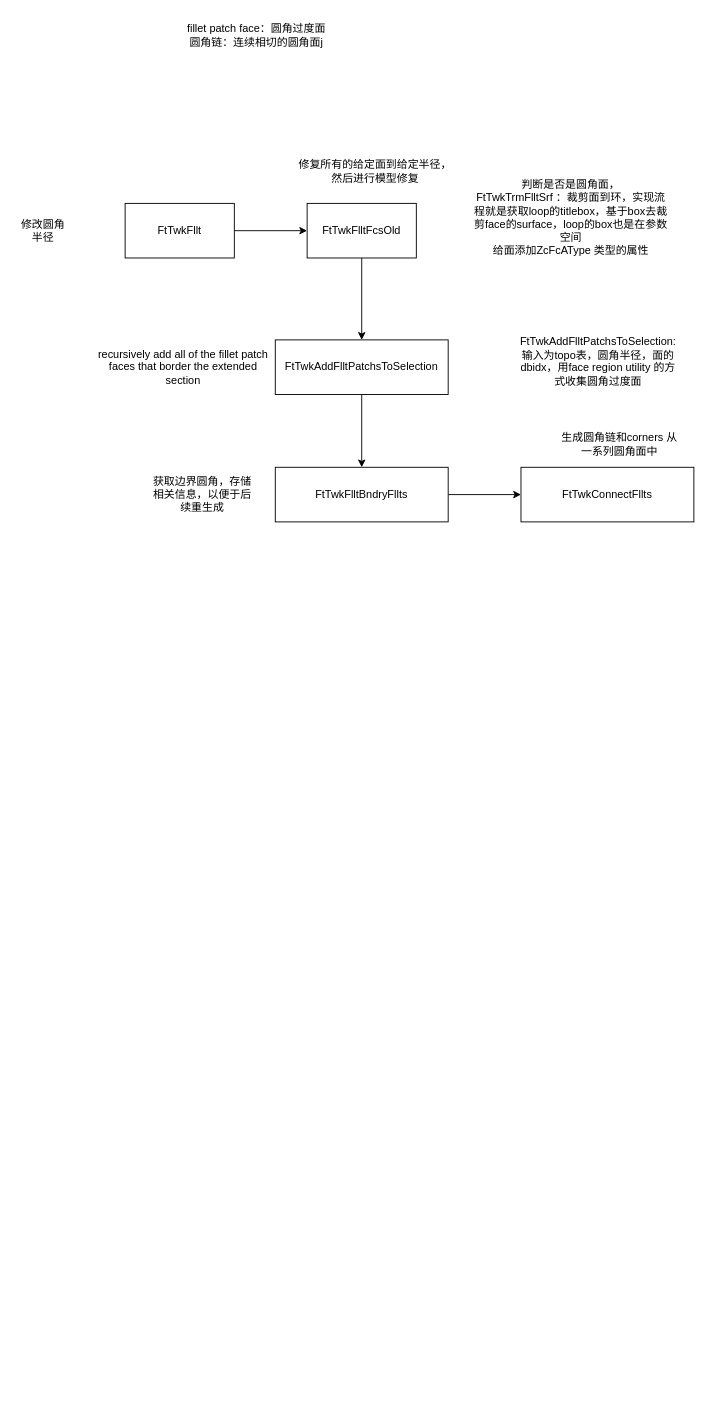
This is 绘图记录/圆角.drawio from studyrohan/BSpline_learn, a draw.io file, before an edit. Source tidied: cells renumbered, new cells numbered last; positions are measured from the earlier drawing's top-left corner, leaving out a move shared by most shapes. Both pictures are drawn from the tidied source at 91%, with x=0, y=0 at pixel (15, 21).
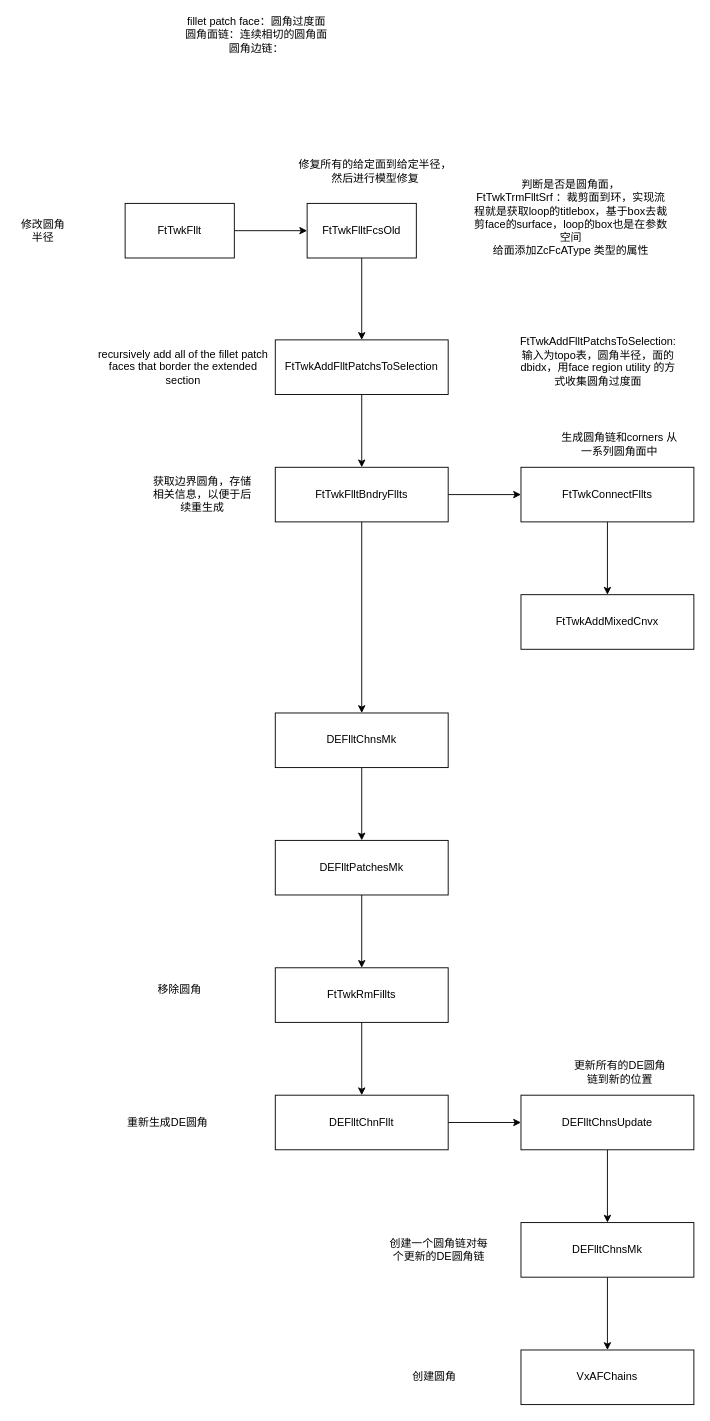
The same page after the edit.

The change refers to these unchanged cells:
```xml
<mxCell id="15" value="FtTwkFlltBndryFllts" style="rounded=0;whiteSpace=wrap;html=1;" parent="1" vertex="1">
  <mxGeometry x="285" y="490" width="190" height="60" as="geometry" />
</mxCell>
<mxCell id="17" value="FtTwkConnectFllts" style="rounded=0;whiteSpace=wrap;html=1;" parent="1" vertex="1">
  <mxGeometry x="555" y="490" width="190" height="60" as="geometry" />
</mxCell>
```

Change to the diagram source:
```diff
@@
-    <mxCell id="13" value="fillet patch face：圆角过度面&lt;div&gt;圆角链：连续相切的圆角面j&lt;/div&gt;" style="text;html=1;align=center;verticalAlign=middle;whiteSpace=wrap;rounded=0;" parent="1" vertex="1">
+    <mxCell id="13" value="fillet patch face：圆角过度面&lt;div&gt;圆角面链：连续相切的圆角面&lt;/div&gt;&lt;div&gt;圆角边链：&lt;/div&gt;" style="text;html=1;align=center;verticalAlign=middle;whiteSpace=wrap;rounded=0;" parent="1" vertex="1">
       <mxGeometry x="89" width="351" height="30" as="geometry" />
     </mxCell>
@@
+    <mxCell id="19" style="edgeStyle=orthogonalEdgeStyle;rounded=0;jettySize=auto;html=1;" parent="1" edge="1" source="15" target="23">
+      <mxGeometry relative="1" as="geometry" />
+    </mxCell>
@@
+    <mxCell id="20" style="edgeStyle=orthogonalEdgeStyle;rounded=0;jettySize=auto;html=1;" parent="1" edge="1" source="17" target="21">
+      <mxGeometry relative="1" as="geometry" />
+    </mxCell>
@@
+    <mxCell id="21" value="FtTwkAddMixedCnvx" style="rounded=0;whiteSpace=wrap;html=1;" parent="1" vertex="1">
+      <mxGeometry x="555" y="630" width="190" height="60" as="geometry" />
+    </mxCell>
+    <mxCell id="22" style="edgeStyle=orthogonalEdgeStyle;rounded=0;jettySize=auto;html=1;" parent="1" edge="1" source="23" target="25">
+      <mxGeometry relative="1" as="geometry" />
+    </mxCell>
+    <mxCell id="23" value="DEFlltChnsMk" style="rounded=0;whiteSpace=wrap;html=1;" parent="1" vertex="1">
+      <mxGeometry x="285" y="760" width="190" height="60" as="geometry" />
+    </mxCell>
+    <mxCell id="24" style="edgeStyle=orthogonalEdgeStyle;rounded=0;jettySize=auto;html=1;" parent="1" edge="1" source="25" target="27">
+      <mxGeometry relative="1" as="geometry" />
+    </mxCell>
+    <mxCell id="25" value="DEFlltPatchesMk" style="rounded=0;whiteSpace=wrap;html=1;" parent="1" vertex="1">
+      <mxGeometry x="285" y="900" width="190" height="60" as="geometry" />
+    </mxCell>
+    <mxCell id="26" style="edgeStyle=orthogonalEdgeStyle;rounded=0;jettySize=auto;html=1;" parent="1" edge="1" source="27" target="30">
+      <mxGeometry relative="1" as="geometry" />
+    </mxCell>
+    <mxCell id="27" value="FtTwkRmFillts" style="rounded=0;whiteSpace=wrap;html=1;" parent="1" vertex="1">
+      <mxGeometry x="285" y="1040" width="190" height="60" as="geometry" />
+    </mxCell>
+    <mxCell id="28" value="移除圆角" style="text;html=1;align=center;verticalAlign=middle;whiteSpace=wrap;rounded=0;" parent="1" vertex="1">
+      <mxGeometry x="150" y="1049" width="60" height="30" as="geometry" />
+    </mxCell>
+    <mxCell id="29" style="edgeStyle=orthogonalEdgeStyle;rounded=0;jettySize=auto;html=1;" parent="1" edge="1" source="30" target="33">
+      <mxGeometry relative="1" as="geometry" />
+    </mxCell>
+    <mxCell id="30" value="DEFlltChnFllt" style="rounded=0;whiteSpace=wrap;html=1;" parent="1" vertex="1">
+      <mxGeometry x="285" y="1180" width="190" height="60" as="geometry" />
+    </mxCell>
+    <mxCell id="31" value="重新生成DE圆角" style="text;html=1;align=center;verticalAlign=middle;whiteSpace=wrap;rounded=0;" parent="1" vertex="1">
+      <mxGeometry x="120" y="1195" width="94" height="30" as="geometry" />
+    </mxCell>
+    <mxCell id="32" style="edgeStyle=orthogonalEdgeStyle;rounded=0;jettySize=auto;html=1;" parent="1" edge="1" source="33" target="36">
+      <mxGeometry relative="1" as="geometry" />
+    </mxCell>
+    <mxCell id="33" value="DEFlltChnsUpdate" style="rounded=0;whiteSpace=wrap;html=1;" parent="1" vertex="1">
+      <mxGeometry x="555" y="1180" width="190" height="60" as="geometry" />
+    </mxCell>
+    <mxCell id="34" value="更新所有的DE圆角链到新的位置" style="text;html=1;align=center;verticalAlign=middle;whiteSpace=wrap;rounded=0;" parent="1" vertex="1">
+      <mxGeometry x="608.5" y="1140" width="110" height="30" as="geometry" />
+    </mxCell>
+    <mxCell id="35" style="edgeStyle=orthogonalEdgeStyle;rounded=0;jettySize=auto;html=1;" parent="1" edge="1" source="36" target="38">
+      <mxGeometry relative="1" as="geometry" />
+    </mxCell>
+    <mxCell id="36" value="DEFlltChnsMk" style="rounded=0;whiteSpace=wrap;html=1;" parent="1" vertex="1">
+      <mxGeometry x="555" y="1320" width="190" height="60" as="geometry" />
+    </mxCell>
+    <mxCell id="37" value="创建一个圆角链对每个更新的DE圆角链" style="text;html=1;align=center;verticalAlign=middle;whiteSpace=wrap;rounded=0;" parent="1" vertex="1">
+      <mxGeometry x="410" y="1335" width="110" height="30" as="geometry" />
+    </mxCell>
+    <mxCell id="38" value="VxAFChains" style="rounded=0;whiteSpace=wrap;html=1;" parent="1" vertex="1">
+      <mxGeometry x="555" y="1460" width="190" height="60" as="geometry" />
+    </mxCell>
+    <mxCell id="39" value="创建圆角" style="text;html=1;align=center;verticalAlign=middle;whiteSpace=wrap;rounded=0;" parent="1" vertex="1">
+      <mxGeometry x="430" y="1475" width="60" height="30" as="geometry" />
+    </mxCell>
```
